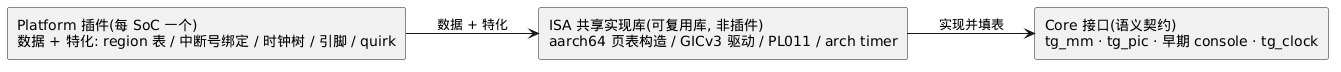
Above: docs/1-architecture/pics/1-01-architecture-03.png in zhuyh4n9/brickOS (PlantUML), before the change.
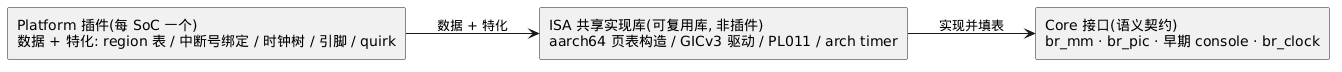
The same file after the commit.

Change to the diagram source:
```diff
@@ -2,7 +2,7 @@
 skinparam componentStyle rectangle
 left to right direction
 
-[Core 接口(语义契约)\ntg_mm · tg_pic · 早期 console · tg_clock] as CORE_IF
+[Core 接口(语义契约)\nbr_mm · br_pic · 早期 console · br_clock] as CORE_IF
 [ISA 共享实现库(可复用库, 非插件)\naarch64 页表构造 / GICv3 驱动 / PL011 / arch timer] as ISA_LIB
 [Platform 插件(每 SoC 一个)\n数据 + 特化: region 表 / 中断号绑定 / 时钟树 / 引脚 / quirk] as PLAT_PLUGIN
 
```
